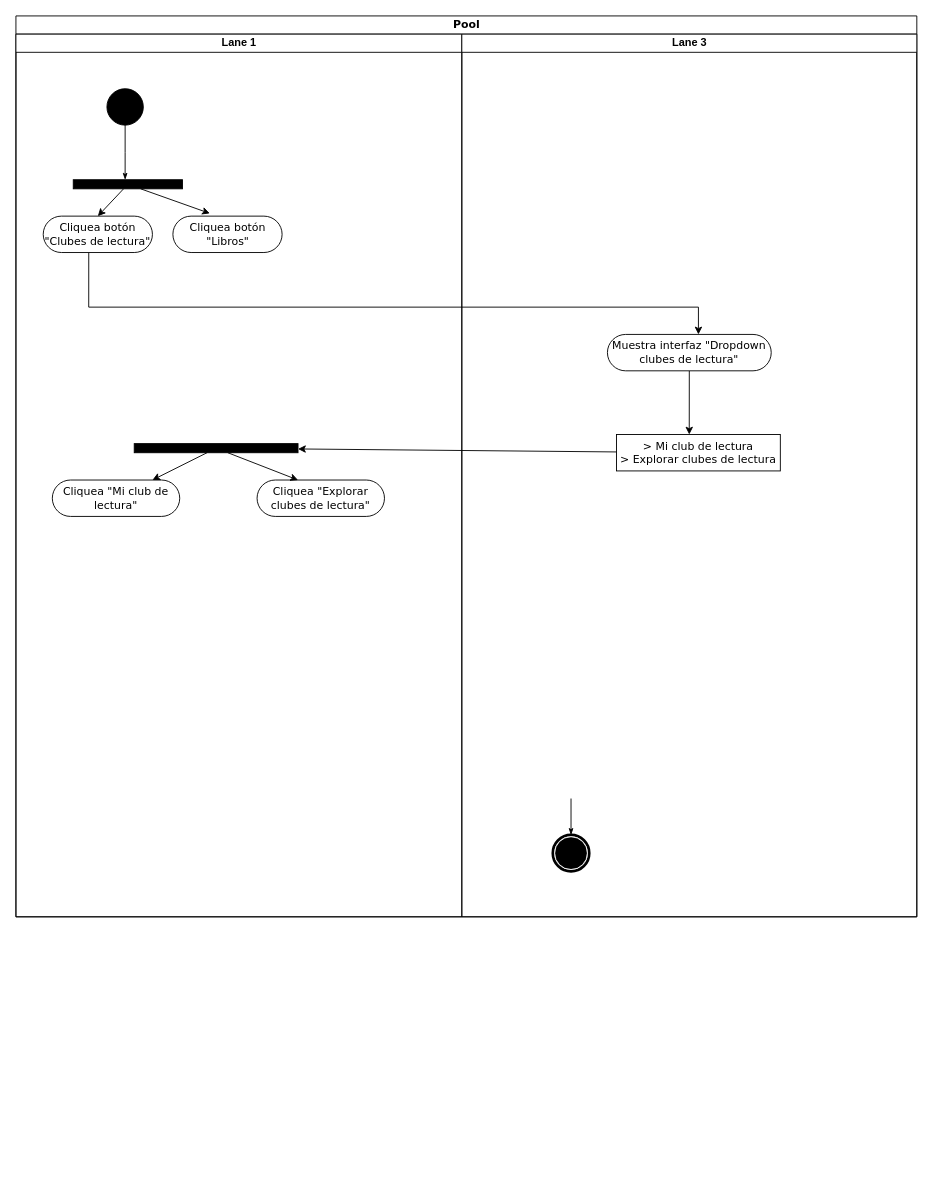
This is DB I/BigActivity I Club Administration.drawio from NeutronBlast/IS-Ex, a draw.io file, before an edit. Source tidied: cells renumbered, new cells numbered last; positions are measured from the earlier drawing's top-left corner, leaving out a move shared by most shapes. Both pictures are drawn from the tidied source at 91%, with x=0, y=0 at pixel (15, 15).
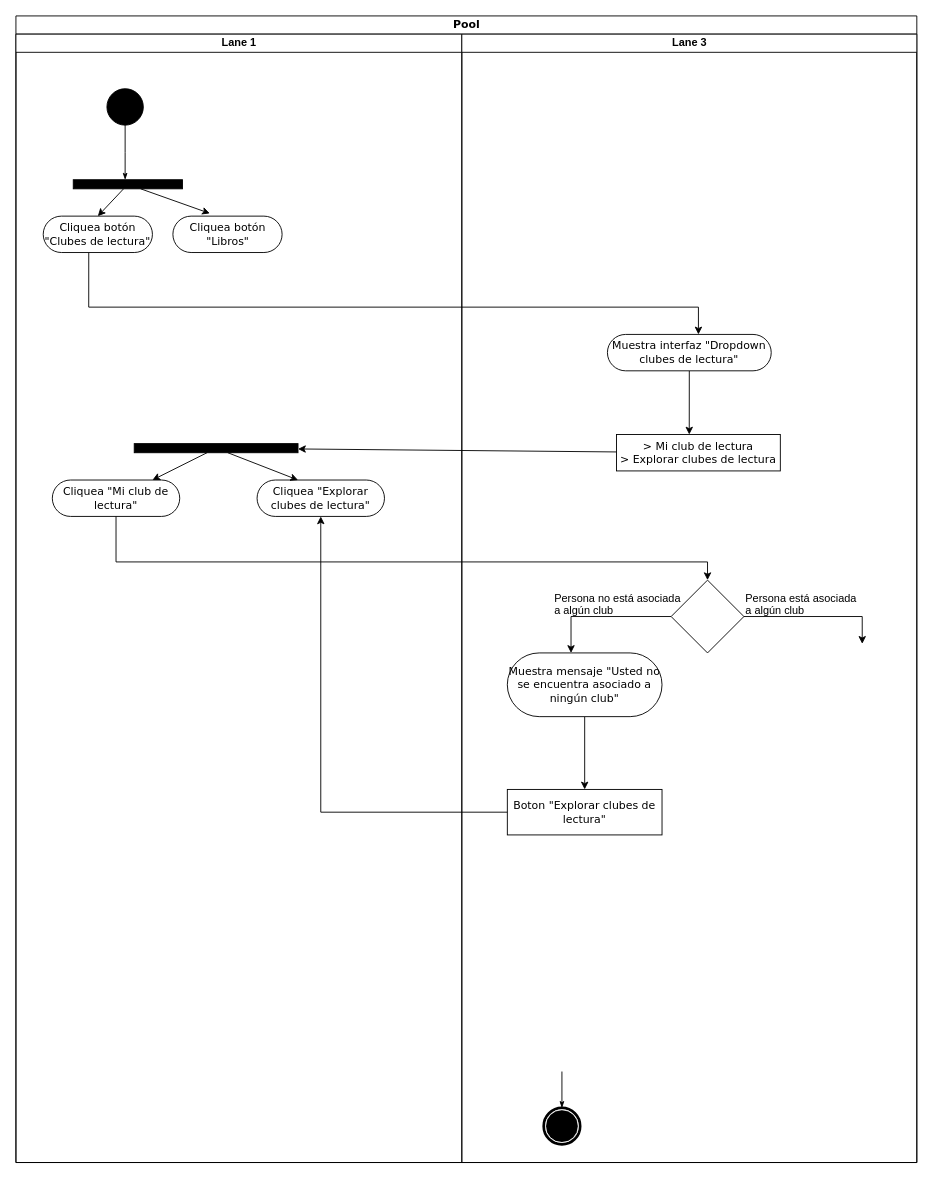
Above is the later version.

Unchanged cells that the change refers to:
```xml
<mxCell id="12" value="Cliquea &quot;Mi club de lectura&quot;" style="rounded=1;whiteSpace=wrap;html=1;shadow=0;comic=0;labelBackgroundColor=none;strokeColor=#000000;strokeWidth=1;fillColor=#ffffff;fontFamily=Verdana;fontSize=12;fontColor=#000000;align=center;arcSize=50;" parent="4" vertex="1">
  <mxGeometry x="40" y="490" width="140" height="40" as="geometry" />
</mxCell>
<mxCell id="13" value="Cliquea &quot;Explorar clubes de lectura&quot;" style="rounded=1;whiteSpace=wrap;html=1;shadow=0;comic=0;labelBackgroundColor=none;strokeColor=#000000;strokeWidth=1;fillColor=#ffffff;fontFamily=Verdana;fontSize=12;fontColor=#000000;align=center;arcSize=50;" parent="4" vertex="1">
  <mxGeometry x="265" y="490" width="140" height="40" as="geometry" />
</mxCell>
```

Diff of the diagram source:
```diff
@@
     <mxCell id="2" value="Pool" style="swimlane;html=1;startSize=20;rounded=0;shadow=0;comic=0;labelBackgroundColor=none;strokeColor=#000000;strokeWidth=1;fillColor=#ffffff;fontFamily=Verdana;fontSize=12;fontColor=#000000;align=center;" parent="1" vertex="1">
-      <mxGeometry width="990" height="990" as="geometry" />
+      <mxGeometry width="990" height="1260" as="geometry" />
     </mxCell>
@@
     <mxCell id="4" value="Lane 1" style="swimlane;html=1;startSize=20;" parent="2" vertex="1">
-      <mxGeometry y="20" width="490" height="970" as="geometry" />
+      <mxGeometry y="20" width="490" height="1240" as="geometry" />
     </mxCell>
@@
     <mxCell id="14" value="Lane 3" style="swimlane;html=1;startSize=20;" parent="2" vertex="1">
-      <mxGeometry x="490" y="20" width="500" height="970" as="geometry" />
+      <mxGeometry x="490" y="20" width="500" height="1240" as="geometry" />
     </mxCell>
     <mxCell id="15" style="edgeStyle=none;rounded=0;html=1;labelBackgroundColor=none;startArrow=none;startFill=0;startSize=5;endArrow=classicThin;endFill=1;endSize=5;jettySize=auto;strokeColor=#000000;strokeWidth=1;fontFamily=Verdana;fontSize=12;fontColor=#000000;" parent="14" edge="1" target="16">
       <mxGeometry relative="1" as="geometry">
-        <mxPoint x="120" y="840" as="sourcePoint" />
+        <mxPoint x="110" y="1140" as="sourcePoint" />
       </mxGeometry>
     </mxCell>
     <mxCell id="16" style="shape=mxgraph.bpmn.shape;html=1;verticalLabelPosition=bottom;labelBackgroundColor=#ffffff;verticalAlign=top;perimeter=ellipsePerimeter;outline=end;symbol=terminate;rounded=0;shadow=0;comic=0;strokeColor=#000000;strokeWidth=1;fillColor=#ffffff;fontFamily=Verdana;fontSize=12;fontColor=#000000;align=center;" parent="14" vertex="1">
-      <mxGeometry x="100" y="880" width="40" height="40" as="geometry" />
+      <mxGeometry x="90" y="1180" width="40" height="40" as="geometry" />
     </mxCell>
@@
+    <mxCell id="24" style="edgeStyle=orthogonalEdgeStyle;rounded=0;jettySize=auto;html=1;" parent="14" edge="1" source="25">
+      <mxGeometry relative="1" as="geometry">
+        <mxPoint x="440" y="670" as="targetPoint" />
+        <Array as="points">
+          <mxPoint x="440" y="640" />
+        </Array>
+      </mxGeometry>
+    </mxCell>
+    <mxCell id="25" style="rhombus;whiteSpace=wrap;html=1;rounded=0;fillColor=#FFFFFF;" parent="14" vertex="1">
+      <mxGeometry x="230" y="600" width="80" height="80" as="geometry" />
+    </mxCell>
+    <mxCell id="26" value="&lt;div&gt;Persona no está asociada &lt;br&gt;&lt;/div&gt;&lt;div&gt;a algún club&lt;/div&gt;" style="text;html=1;align=left;verticalAlign=top;spacingTop=-4;" parent="14" vertex="1">
+      <mxGeometry x="100" y="610" width="150" height="30" as="geometry" />
+    </mxCell>
+    <mxCell id="27" value="&lt;div&gt;Persona está asociada &lt;br&gt;&lt;/div&gt;&lt;div&gt;a algún club&lt;br&gt;&lt;/div&gt;" style="text;html=1;align=left;verticalAlign=top;spacingTop=-4;" parent="14" vertex="1">
+      <mxGeometry x="310" y="610" width="140" height="30" as="geometry" />
+    </mxCell>
+    <mxCell id="28" style="edgeStyle=orthogonalEdgeStyle;rounded=0;jettySize=auto;html=1;" parent="14" edge="1" source="29" target="30">
+      <mxGeometry relative="1" as="geometry" />
+    </mxCell>
+    <mxCell id="29" value="Muestra mensaje &quot;Usted no se encuentra asociado a ningún club&quot;" style="rounded=1;whiteSpace=wrap;html=1;shadow=0;comic=0;labelBackgroundColor=none;strokeColor=#000000;strokeWidth=1;fillColor=#ffffff;fontFamily=Verdana;fontSize=12;fontColor=#000000;align=center;arcSize=50;" parent="14" vertex="1">
+      <mxGeometry x="50" y="680" width="170" height="70" as="geometry" />
+    </mxCell>
+    <mxCell id="30" value="Boton &quot;Explorar clubes de lectura&quot;" style="rounded=0;whiteSpace=wrap;html=1;shadow=0;comic=0;labelBackgroundColor=none;strokeColor=#000000;strokeWidth=1;fillColor=#ffffff;fontFamily=Verdana;fontSize=12;fontColor=#000000;align=center;arcSize=50;" parent="14" vertex="1">
+      <mxGeometry x="50" y="830" width="170" height="50" as="geometry" />
+    </mxCell>
@@
+    <mxCell id="31" style="edgeStyle=orthogonalEdgeStyle;rounded=0;jettySize=auto;html=1;entryX=0.5;entryY=1;entryDx=0;entryDy=0;" parent="2" edge="1" source="30" target="13">
+      <mxGeometry relative="1" as="geometry" />
+    </mxCell>
@@
+    <mxCell id="32" style="edgeStyle=orthogonalEdgeStyle;rounded=0;jettySize=auto;html=1;" parent="1" edge="1" source="12">
+      <mxGeometry relative="1" as="geometry">
+        <mxPoint x="760" y="620" as="targetPoint" />
+        <Array as="points">
+          <mxPoint x="110" y="600" />
+          <mxPoint x="760" y="600" />
+        </Array>
+      </mxGeometry>
+    </mxCell>
+    <mxCell id="33" style="edgeStyle=orthogonalEdgeStyle;rounded=0;jettySize=auto;html=1;" parent="1" edge="1" source="25">
+      <mxGeometry relative="1" as="geometry">
+        <mxPoint x="610" y="700" as="targetPoint" />
+        <Array as="points">
+          <mxPoint x="610" y="660" />
+          <mxPoint x="610" y="700" />
+        </Array>
+      </mxGeometry>
+    </mxCell>
```
